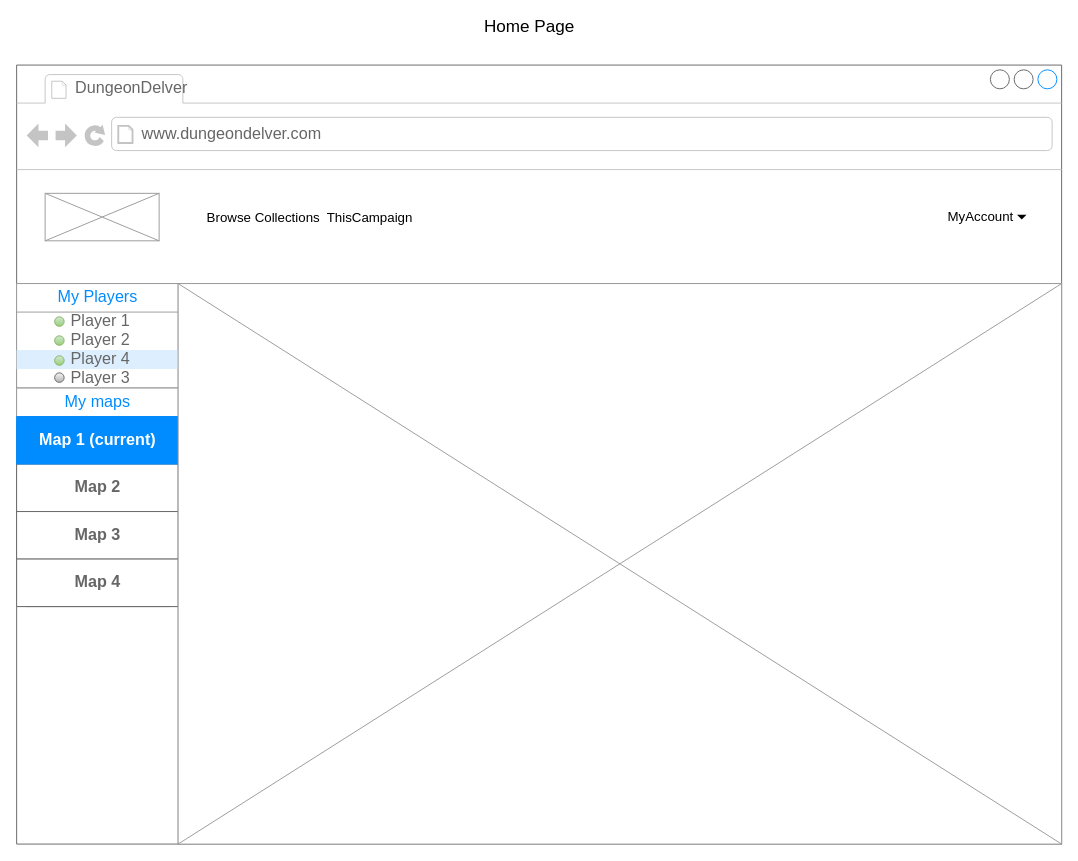
Above: Diagram zonder titel.drawio in StuyckRuben/DungeonsAndDMs_Frontend (draw.io), before the change. Source tidied: cells renumbered, new cells numbered last; positions are measured from the earlier drawing's top-left corner, leaving out a move shared by most shapes. Both pictures are drawn from the tidied source at 95%, with x=0, y=0 at pixel (16, 17).
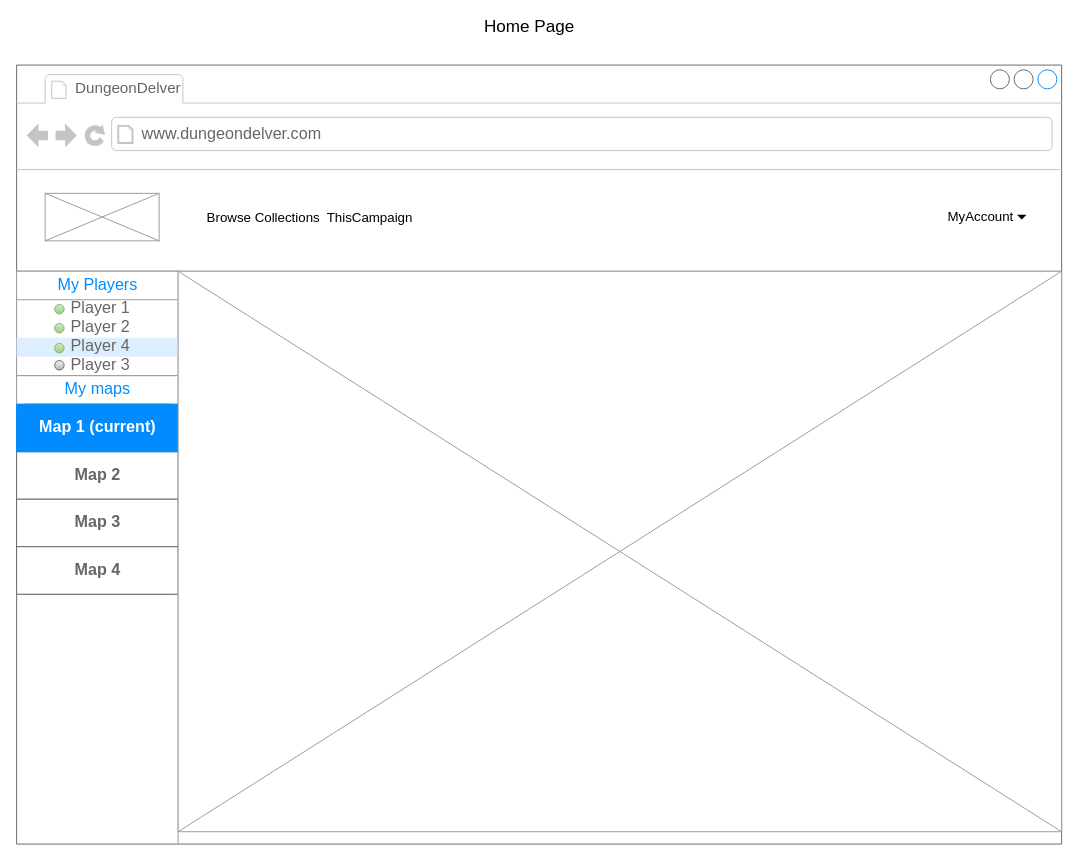
The same page after the edit.

Commit message (it also covers changes not shown here):
changed the height of the navbar in the homepage wireframe

The change refers to these unchanged cells:
```xml
<mxCell id="2" style="strokeWidth=1;shadow=0;dashed=0;align=center;html=1;shape=mxgraph.mockup.containers.browserWindow;rSize=0;strokeColor=#666666;strokeColor2=#008cff;strokeColor3=#c4c4c4;mainText=,;" parent="1" vertex="1">
  <mxGeometry y="50" width="1100" height="820" as="geometry" />
</mxCell>
```

What changed in the source:
```diff
@@
-    <mxCell id="3" value="DungeonDelver" style="strokeWidth=1;shadow=0;dashed=0;align=center;html=1;shape=mxgraph.mockup.containers.anchor;fontSize=17;fontColor=#666666;align=left;" parent="2" vertex="1">
+    <mxCell id="3" value="&lt;font style=&quot;font-size: 16px;&quot;&gt;DungeonDelver&lt;/font&gt;" style="strokeWidth=1;shadow=0;dashed=0;align=center;html=1;shape=mxgraph.mockup.containers.anchor;fontSize=17;fontColor=#666666;align=left;" parent="2" vertex="1">
       <mxGeometry x="60" y="12" width="110" height="26" as="geometry" />
     </mxCell>
@@
     <mxCell id="10" style="verticalLabelPosition=bottom;shadow=0;dashed=0;align=center;html=1;verticalAlign=top;strokeWidth=1;shape=mxgraph.mockup.markup.line;strokeColor=#999999;" parent="2" vertex="1">
-      <mxGeometry y="220" width="1100" height="20" as="geometry" />
+      <mxGeometry y="207" width="1100" height="20" as="geometry" />
     </mxCell>
@@
     <mxCell id="12" style="strokeWidth=1;shadow=0;dashed=0;align=center;html=1;shape=mxgraph.mockup.forms.rrect;rSize=0;strokeColor=#999999;fillColor=#ffffff;" parent="2" vertex="1">
-      <mxGeometry y="230" width="170" height="110" as="geometry" />
+      <mxGeometry y="217" width="170" height="110" as="geometry" />
     </mxCell>
@@
     <mxCell id="22" style="strokeWidth=1;shadow=0;dashed=0;align=center;html=1;shape=mxgraph.mockup.forms.rrect;rSize=0;strokeColor=#999999;fillColor=#ffffff;" parent="2" vertex="1">
-      <mxGeometry y="340" width="170" height="230" as="geometry" />
+      <mxGeometry y="327" width="170" height="230" as="geometry" />
     </mxCell>
@@
     <mxCell id="30" style="verticalLabelPosition=bottom;shadow=0;dashed=0;align=center;html=1;verticalAlign=top;strokeWidth=1;shape=mxgraph.mockup.graphics.simpleIcon;strokeColor=#999999;" parent="2" vertex="1">
-      <mxGeometry x="170" y="230" width="930" height="590" as="geometry" />
+      <mxGeometry x="170" y="217" width="930" height="590" as="geometry" />
     </mxCell>
```
